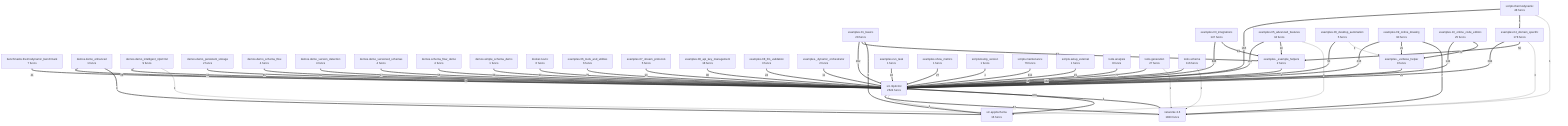
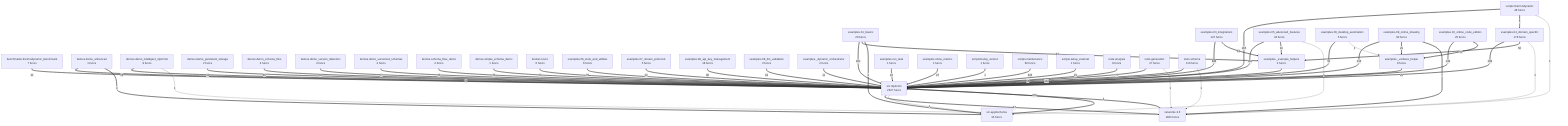
flowchart TD
    benchmarks__thermodynamic_benchmark["benchmarks.thermodynamic_benchmark<br/>7 funcs"]
    demos__demo_enhanced["demos.demo_enhanced<br/>1 funcs"]
    demos__demo_intelligent_nlp2cmd["demos.demo_intelligent_nlp2cmd<br/>9 funcs"]
    demos__demo_persistent_storage["demos.demo_persistent_storage<br/>2 funcs"]
    demos__demo_schema_flow["demos.demo_schema_flow<br/>4 funcs"]
    demos__demo_version_detection["demos.demo_version_detection<br/>4 funcs"]
    demos__demo_versioned_schemas["demos.demo_versioned_schemas<br/>4 funcs"]
    demos__schema_flow_demo["demos.schema_flow_demo<br/>4 funcs"]
    demos__simple_schema_demo["demos.simple_schema_demo<br/>1 funcs"]
    docker__novnc["docker.novnc<br/>6 funcs"]
    examples__01_basics["examples.01_basics<br/>28 funcs"]
    examples__03_integrations["examples.03_integrations<br/>147 funcs"]
    examples__04_domain_specific["examples.04_domain_specific<br/>178 funcs"]
    examples__05_advanced_features["examples.05_advanced_features<br/>34 funcs"]
    examples__06_desktop_automation["examples.06_desktop_automation<br/>5 funcs"]
    examples__06_tools_and_utilities["examples.06_tools_and_utilities<br/>6 funcs"]
    examples__07_stream_protocols["examples.07_stream_protocols<br/>5 funcs"]
    examples__08_api_key_management["examples.08_api_key_management<br/>18 funcs"]
    examples__08_llm_validation["examples.08_llm_validation<br/>3 funcs"]
    examples__09_online_drawing["examples.09_online_drawing<br/>90 funcs"]
    examples__10_online_code_editors["examples.10_online_code_editors<br/>25 funcs"]
    examples___dynamic_orchestrator["examples._dynamic_orchestrator<br/>2 funcs"]
    examples___example_helpers["examples._example_helpers<br/>2 funcs"]
    examples___verbose_helper["examples._verbose_helper<br/>9 funcs"]
    examples__run_task["examples.run_task<br/>1 funcs"]
    examples__show_metrics["examples.show_metrics<br/>1 funcs"]
    networkx_3__6["networkx-3.6<br/>1833 funcs"]
    scripts__bump_version["scripts.bump_version<br/>1 funcs"]
-     scripts__maintenance["scripts.maintenance<br/>76 funcs"]
+     scripts__maintenance["scripts.maintenance<br/>82 funcs"]
    scripts__setup_external["scripts.setup_external<br/>1 funcs"]
    scripts__thermodynamic["scripts.thermodynamic<br/>48 funcs"]
    src__app2schema["src.app2schema<br/>16 funcs"]
-     src__nlp2cmd["src.nlp2cmd<br/>2624 funcs"]
+     src__nlp2cmd["src.nlp2cmd<br/>2627 funcs"]
    tools__analysis["tools.analysis<br/>8 funcs"]
    tools__generation["tools.generation<br/>27 funcs"]
    tools__schema["tools.schema<br/>116 funcs"]
    networkx_3__6 ==>|879| src__nlp2cmd
    examples__03_integrations ==>|848| src__nlp2cmd
    examples__04_domain_specific ==>|684| src__nlp2cmd
+     scripts__maintenance ==>|424| src__nlp2cmd
    examples__09_online_drawing ==>|416| src__nlp2cmd
-     scripts__maintenance ==>|411| src__nlp2cmd
    examples__01_basics ==>|292| src__nlp2cmd
    scripts__thermodynamic ==>|165| src__nlp2cmd
    examples__05_advanced_features ==>|161| src__nlp2cmd
    examples__10_online_code_editors ==>|144| src__nlp2cmd
    tools__schema ==>|132| src__nlp2cmd
    examples__07_stream_protocols ==>|96| src__nlp2cmd
    examples__08_api_key_management ==>|90| src__nlp2cmd
    examples__01_basics ==>|83| examples___example_helpers
    examples__06_tools_and_utilities ==>|79| src__nlp2cmd
    tools__analysis ==>|77| src__nlp2cmd
    examples__10_online_code_editors ==>|72| examples___verbose_helper
    src__nlp2cmd ==>|67| networkx_3__6
+     demos__demo_schema_flow ==>|65| src__nlp2cmd
    demos__demo_version_detection ==>|65| src__nlp2cmd
-     demos__demo_schema_flow ==>|65| src__nlp2cmd
    demos__demo_versioned_schemas ==>|57| src__nlp2cmd
    tools__generation ==>|56| src__nlp2cmd
    demos__schema_flow_demo ==>|55| src__nlp2cmd
    examples__04_domain_specific ==>|50| examples___example_helpers
    examples__06_desktop_automation ==>|50| src__nlp2cmd
    examples__03_integrations ==>|49| examples___example_helpers
    benchmarks__thermodynamic_benchmark ==>|41| src__nlp2cmd
    demos__demo_persistent_storage ==>|34| src__nlp2cmd
    demos__simple_schema_demo ==>|33| src__nlp2cmd
    docker__novnc ==>|30| src__nlp2cmd
    examples__show_metrics ==>|27| src__nlp2cmd
+     demos__demo_enhanced ==>|26| src__nlp2cmd
    demos__demo_intelligent_nlp2cmd ==>|26| src__nlp2cmd
-     demos__demo_enhanced ==>|26| src__nlp2cmd
    examples___verbose_helper ==>|25| src__nlp2cmd
    examples__08_llm_validation ==>|24| src__nlp2cmd
    examples__09_online_drawing ==>|21| examples___verbose_helper
    examples__run_task ==>|16| src__nlp2cmd
    scripts__setup_external ==>|15| src__nlp2cmd
    examples___dynamic_orchestrator ==>|11| src__nlp2cmd
    examples__05_advanced_features ==>|10| examples___example_helpers
    examples__09_online_drawing ==>|7| networkx_3__6
    scripts__thermodynamic ==>|5| examples__04_domain_specific
    examples__01_basics ==>|5| src__app2schema
    examples___example_helpers ==>|4| src__nlp2cmd
    scripts__bump_version ==>|4| src__nlp2cmd
    demos__demo_enhanced ==>|4| src__app2schema
    src__app2schema ==>|4| src__nlp2cmd
    examples__04_domain_specific -->|3| networkx_3__6
    examples__06_desktop_automation -->|3| examples___verbose_helper
    examples__05_advanced_features -->|3| src__app2schema
    demos__demo_intelligent_nlp2cmd -->|1| networkx_3__6
    scripts__thermodynamic -->|1| networkx_3__6
    tools__schema -->|1| networkx_3__6
    tools__generation -->|1| networkx_3__6
    src__nlp2cmd -->|1| src__app2schema
